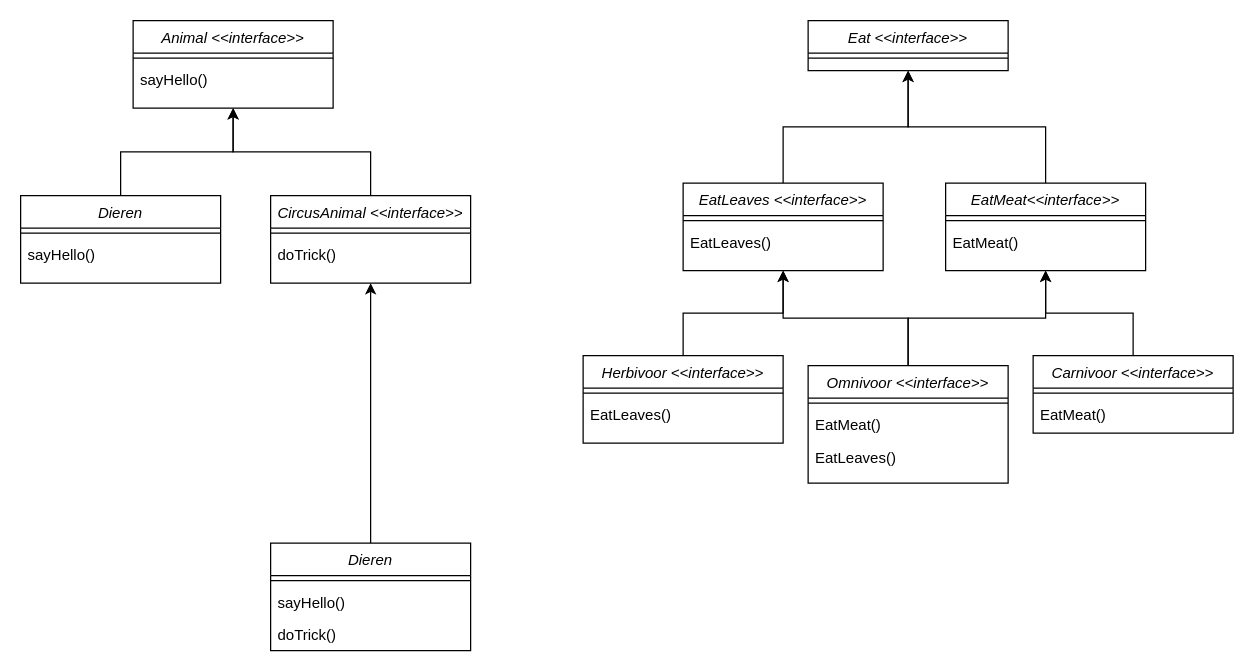
Above: Zoo.drawio in 123wouter/ING-zoo (draw.io), before the change. Source tidied: cells renumbered, new cells numbered last; positions are measured from the earlier drawing's top-left corner, leaving out a move shared by most shapes. Both pictures are drawn from the tidied source at 125%, with x=0, y=0 at pixel (20, 20).
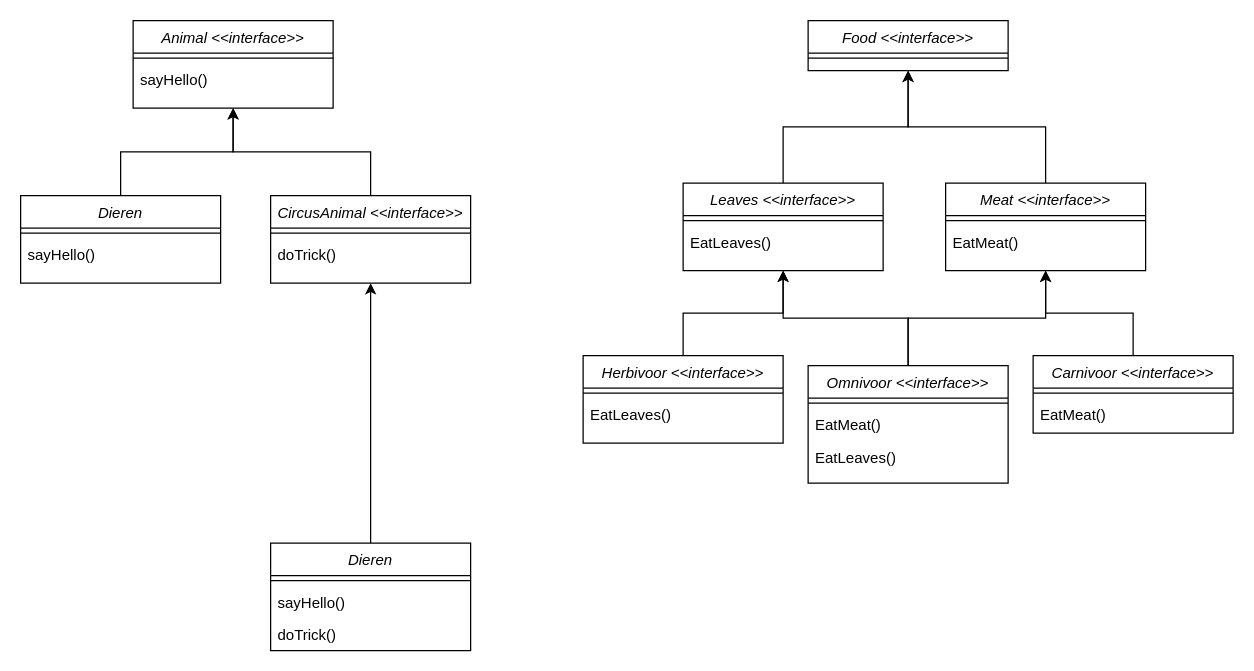
After the change.

Commit message (it also covers changes not shown here):
Made ifstatemens for the commands input

Change to the diagram source:
```diff
@@
-    <mxCell id="8" value="Eat &lt;&lt;interface&gt;&gt;" style="swimlane;fontStyle=2;align=center;verticalAlign=top;horizontal=1;startSize=26;rounded=0;shadow=0;strokeWidth=1;" parent="1" vertex="1">
+    <mxCell id="8" value="Food &lt;&lt;interface&gt;&gt;" style="swimlane;fontStyle=2;align=center;verticalAlign=top;horizontal=1;startSize=26;rounded=0;shadow=0;strokeWidth=1;" parent="1" vertex="1">
       <mxGeometry x="630" width="160" height="40" as="geometry" />
     </mxCell>
@@
-    <mxCell id="11" value="EatLeaves &lt;&lt;interface&gt;&gt;" style="swimlane;fontStyle=2;align=center;verticalAlign=top;horizontal=1;startSize=26;rounded=0;shadow=0;strokeWidth=1;" parent="1" vertex="1">
+    <mxCell id="11" value="Leaves &lt;&lt;interface&gt;&gt;" style="swimlane;fontStyle=2;align=center;verticalAlign=top;horizontal=1;startSize=26;rounded=0;shadow=0;strokeWidth=1;" parent="1" vertex="1">
       <mxGeometry x="530" y="130" width="160" height="70" as="geometry" />
     </mxCell>
@@
-    <mxCell id="15" value="EatMeat&lt;&lt;interface&gt;&gt;" style="swimlane;fontStyle=2;align=center;verticalAlign=top;horizontal=1;startSize=26;rounded=0;shadow=0;strokeWidth=1;" parent="1" vertex="1">
+    <mxCell id="15" value="Meat &lt;&lt;interface&gt;&gt;" style="swimlane;fontStyle=2;align=center;verticalAlign=top;horizontal=1;startSize=26;rounded=0;shadow=0;strokeWidth=1;" parent="1" vertex="1">
       <mxGeometry x="740" y="130" width="160" height="70" as="geometry" />
     </mxCell>
```
